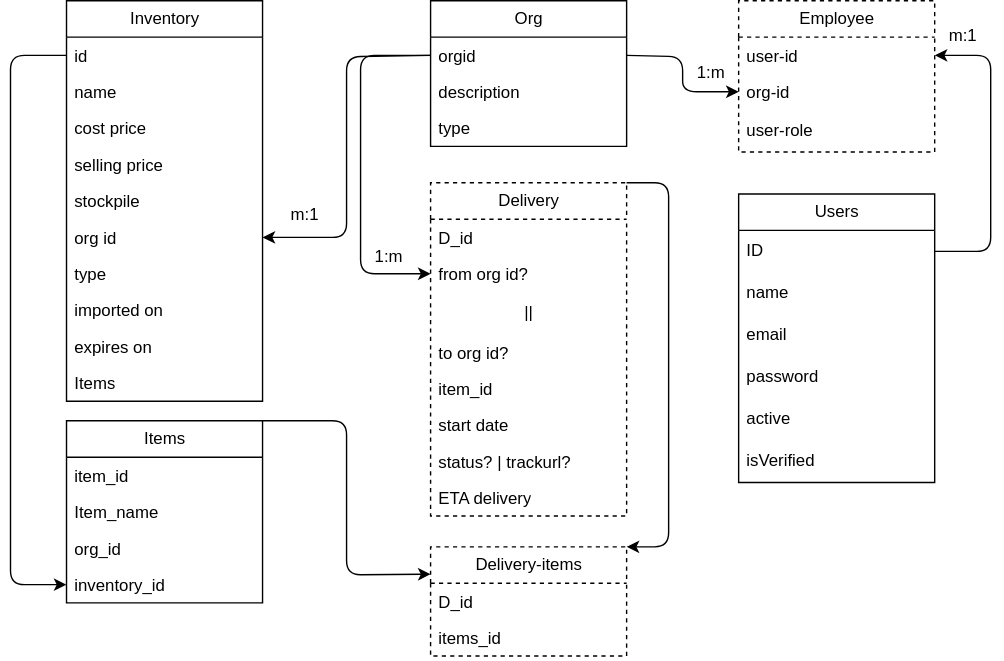
GaurangTyagi123/logisick keeps this draw.io diagram as org.drawio.svg. Above is the earlier version. Source tidied: cells renumbered, new cells last; positions are measured from the earlier drawing's top-left corner, leaving out a move shared by most shapes.
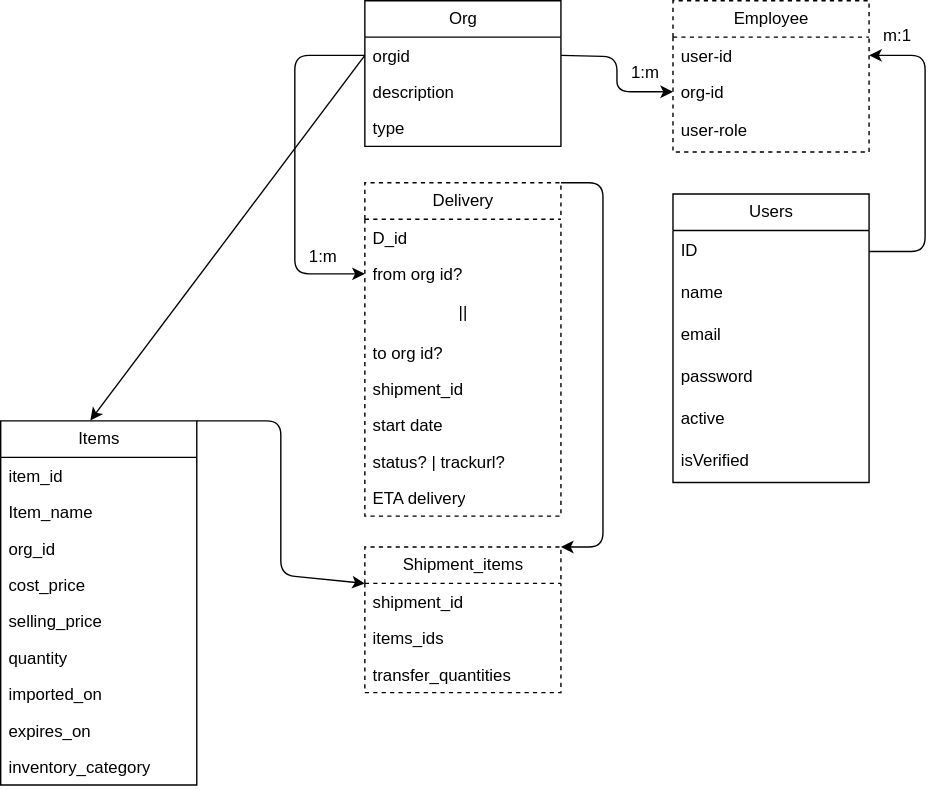
After the change.

The edit, as a diff of the source:
```diff
@@ -49,7 +49,7 @@
     <mxCell id="15" value="to org id?" style="text;strokeColor=none;fillColor=none;align=left;verticalAlign=top;spacingLeft=4;spacingRight=4;overflow=hidden;whiteSpace=wrap;html=1;" parent="11" vertex="1">
       <mxGeometry y="108" width="140" height="26" as="geometry" />
     </mxCell>
-    <mxCell id="16" value="item_id" style="text;strokeColor=none;fillColor=none;align=left;verticalAlign=top;spacingLeft=4;spacingRight=4;overflow=hidden;whiteSpace=wrap;html=1;" parent="11" vertex="1">
+    <mxCell id="16" value="shipment_id" style="text;strokeColor=none;fillColor=none;align=left;verticalAlign=top;spacingLeft=4;spacingRight=4;overflow=hidden;whiteSpace=wrap;html=1;" parent="11" vertex="1">
       <mxGeometry y="134" width="140" height="26" as="geometry" />
     </mxCell>
     <mxCell id="17" value="start date" style="text;strokeColor=none;fillColor=none;align=left;verticalAlign=top;spacingLeft=4;spacingRight=4;overflow=hidden;whiteSpace=wrap;html=1;" parent="11" vertex="1">
@@ -61,39 +61,6 @@
     <mxCell id="19" value="ETA delivery" style="text;strokeColor=none;fillColor=none;align=left;verticalAlign=top;spacingLeft=4;spacingRight=4;overflow=hidden;whiteSpace=wrap;html=1;" parent="11" vertex="1">
       <mxGeometry y="212" width="140" height="26" as="geometry" />
     </mxCell>
-    <mxCell id="20" value="Inventory" style="swimlane;fontStyle=0;horizontal=1;startSize=26;fillColor=none;html=1;" parent="1" vertex="1">
-      <mxGeometry x="40" width="140" height="286" as="geometry" />
-    </mxCell>
-    <mxCell id="21" value="id" style="text;strokeColor=none;fillColor=none;align=left;verticalAlign=top;spacingLeft=4;spacingRight=4;overflow=hidden;points=[[0,0.5],[1,0.5]];portConstraint=eastwest;whiteSpace=wrap;html=1;" parent="20" vertex="1">
-      <mxGeometry y="26" width="140" height="26" as="geometry" />
-    </mxCell>
-    <mxCell id="22" value="name" style="text;strokeColor=none;fillColor=none;align=left;verticalAlign=top;spacingLeft=4;spacingRight=4;overflow=hidden;whiteSpace=wrap;html=1;" parent="20" vertex="1">
-      <mxGeometry y="52" width="140" height="26" as="geometry" />
-    </mxCell>
-    <mxCell id="23" value="cost price" style="text;strokeColor=none;fillColor=none;align=left;verticalAlign=top;spacingLeft=4;spacingRight=4;overflow=hidden;whiteSpace=wrap;html=1;" parent="20" vertex="1">
-      <mxGeometry y="78" width="140" height="26" as="geometry" />
-    </mxCell>
-    <mxCell id="24" value="selling price" style="text;strokeColor=none;fillColor=none;align=left;verticalAlign=top;spacingLeft=4;spacingRight=4;overflow=hidden;whiteSpace=wrap;html=1;" parent="20" vertex="1">
-      <mxGeometry y="104" width="140" height="26" as="geometry" />
-    </mxCell>
-    <mxCell id="25" value="stockpile" style="text;strokeColor=none;fillColor=none;align=left;verticalAlign=top;spacingLeft=4;spacingRight=4;overflow=hidden;whiteSpace=wrap;html=1;" parent="20" vertex="1">
-      <mxGeometry y="130" width="140" height="26" as="geometry" />
-    </mxCell>
-    <mxCell id="26" value="org id" style="text;strokeColor=none;fillColor=none;align=left;verticalAlign=top;spacingLeft=4;spacingRight=4;overflow=hidden;points=[[0,0.5],[1,0.5]];portConstraint=eastwest;whiteSpace=wrap;html=1;" parent="20" vertex="1">
-      <mxGeometry y="156" width="140" height="26" as="geometry" />
-    </mxCell>
-    <mxCell id="27" value="type" style="text;strokeColor=none;fillColor=none;align=left;verticalAlign=top;spacingLeft=4;spacingRight=4;overflow=hidden;whiteSpace=wrap;html=1;" parent="20" vertex="1">
-      <mxGeometry y="182" width="140" height="26" as="geometry" />
-    </mxCell>
-    <mxCell id="28" value="imported on" style="text;strokeColor=none;fillColor=none;align=left;verticalAlign=top;spacingLeft=4;spacingRight=4;overflow=hidden;whiteSpace=wrap;html=1;" parent="20" vertex="1">
-      <mxGeometry y="208" width="140" height="26" as="geometry" />
-    </mxCell>
-    <mxCell id="29" value="expires on" style="text;strokeColor=none;fillColor=none;align=left;verticalAlign=top;spacingLeft=4;spacingRight=4;overflow=hidden;whiteSpace=wrap;html=1;" parent="20" vertex="1">
-      <mxGeometry y="234" width="140" height="26" as="geometry" />
-    </mxCell>
-    <mxCell id="30" value="Items" style="text;strokeColor=none;fillColor=none;align=left;verticalAlign=top;spacingLeft=4;spacingRight=4;overflow=hidden;whiteSpace=wrap;html=1;" parent="20" vertex="1">
-      <mxGeometry y="260" width="140" height="26" as="geometry" />
-    </mxCell>
     <mxCell id="31" style="edgeStyle=none;html=1;exitX=1;exitY=0;exitDx=0;exitDy=0;entryX=0;entryY=0.25;entryDx=0;entryDy=0;" parent="1" edge="1" source="32" target="53">
       <mxGeometry relative="1" as="geometry">
         <Array as="points">
@@ -103,7 +70,7 @@
       </mxGeometry>
     </mxCell>
     <mxCell id="32" value="Items" style="swimlane;fontStyle=0;horizontal=1;startSize=26;fillColor=none;html=1;" parent="1" vertex="1">
-      <mxGeometry x="40" y="300" width="140" height="130" as="geometry" />
+      <mxGeometry x="40" y="300" width="140" height="260" as="geometry" />
     </mxCell>
     <mxCell id="33" value="item_id" style="text;strokeColor=none;fillColor=none;align=left;verticalAlign=top;spacingLeft=4;spacingRight=4;overflow=hidden;whiteSpace=wrap;html=1;" parent="32" vertex="1">
       <mxGeometry y="26" width="140" height="26" as="geometry" />
@@ -111,12 +78,27 @@
     <mxCell id="34" value="Item_name" style="text;strokeColor=none;fillColor=none;align=left;verticalAlign=top;spacingLeft=4;spacingRight=4;overflow=hidden;whiteSpace=wrap;html=1;" parent="32" vertex="1">
       <mxGeometry y="52" width="140" height="26" as="geometry" />
     </mxCell>
-    <mxCell id="35" value="org_id" style="text;strokeColor=none;fillColor=none;align=left;verticalAlign=top;spacingLeft=4;spacingRight=4;overflow=hidden;whiteSpace=wrap;html=1;" parent="32" vertex="1">
-      <mxGeometry y="78" width="140" height="26" as="geometry" />
-    </mxCell>
-    <mxCell id="36" value="inventory_id" style="text;strokeColor=none;fillColor=none;align=left;verticalAlign=top;spacingLeft=4;spacingRight=4;overflow=hidden;points=[[0,0.5],[1,0.5]];portConstraint=eastwest;whiteSpace=wrap;html=1;" parent="32" vertex="1">
-      <mxGeometry y="104" width="140" height="26" as="geometry" />
+    <mxCell id="36" value="org_id" style="text;strokeColor=none;fillColor=none;align=left;verticalAlign=top;spacingLeft=4;spacingRight=4;overflow=hidden;points=[[0,0.5],[1,0.5]];portConstraint=eastwest;whiteSpace=wrap;html=1;" parent="32" vertex="1">
+      <mxGeometry y="78" width="140" height="26" as="geometry" />
     </mxCell>
+    <mxCell id="56" value="cost_price" style="text;strokeColor=none;fillColor=none;align=left;verticalAlign=top;spacingLeft=4;spacingRight=4;overflow=hidden;whiteSpace=wrap;html=1;" parent="32" vertex="1">
+      <mxGeometry y="104" width="140" height="26" as="geometry" />
+    </mxCell>
+    <mxCell id="57" value="selling_price" style="text;strokeColor=none;fillColor=none;align=left;verticalAlign=top;spacingLeft=4;spacingRight=4;overflow=hidden;whiteSpace=wrap;html=1;" parent="32" vertex="1">
+      <mxGeometry y="130" width="140" height="26" as="geometry" />
+    </mxCell>
+    <mxCell id="58" value="quantity" style="text;strokeColor=none;fillColor=none;align=left;verticalAlign=top;spacingLeft=4;spacingRight=4;overflow=hidden;whiteSpace=wrap;html=1;" parent="32" vertex="1">
+      <mxGeometry y="156" width="140" height="26" as="geometry" />
+    </mxCell>
+    <mxCell id="59" value="imported_on" style="text;strokeColor=none;fillColor=none;align=left;verticalAlign=top;spacingLeft=4;spacingRight=4;overflow=hidden;whiteSpace=wrap;html=1;" parent="32" vertex="1">
+      <mxGeometry y="182" width="140" height="26" as="geometry" />
+    </mxCell>
+    <mxCell id="60" value="expires_on" style="text;strokeColor=none;fillColor=none;align=left;verticalAlign=top;spacingLeft=4;spacingRight=4;overflow=hidden;whiteSpace=wrap;html=1;" parent="32" vertex="1">
+      <mxGeometry y="208" width="140" height="26" as="geometry" />
+    </mxCell>
+    <mxCell id="61" value="inventory_category" style="text;strokeColor=none;fillColor=none;align=left;verticalAlign=top;spacingLeft=4;spacingRight=4;overflow=hidden;whiteSpace=wrap;html=1;" parent="32" vertex="1">
+      <mxGeometry y="234" width="140" height="26" as="geometry" />
+    </mxCell>
     <mxCell id="37" style="edgeStyle=none;html=1;exitX=1;exitY=0.5;exitDx=0;exitDy=0;entryX=0;entryY=0.5;entryDx=0;entryDy=0;" parent="1" edge="1" source="3" target="8">
       <mxGeometry relative="1" as="geometry">
         <Array as="points">
@@ -142,25 +124,6 @@
     <mxCell id="41" value="1:m" style="text;html=1;align=center;verticalAlign=middle;strokeColor=none;fillColor=none;" parent="1" vertex="1">
       <mxGeometry x="250" y="168" width="40" height="30" as="geometry" />
     </mxCell>
-    <mxCell id="42" style="edgeStyle=none;html=1;exitX=0;exitY=0.5;exitDx=0;exitDy=0;entryX=0;entryY=0.5;entryDx=0;entryDy=0;" parent="1" edge="1" source="21" target="36">
-      <mxGeometry relative="1" as="geometry">
-        <Array as="points">
-          <mxPoint y="39" />
-          <mxPoint y="417" />
-        </Array>
-      </mxGeometry>
-    </mxCell>
-    <mxCell id="43" style="edgeStyle=none;html=1;exitX=0;exitY=0.5;exitDx=0;exitDy=0;entryX=1;entryY=0.5;entryDx=0;entryDy=0;" parent="1" edge="1" source="3" target="26">
-      <mxGeometry relative="1" as="geometry">
-        <Array as="points">
-          <mxPoint x="240" y="40" />
-          <mxPoint x="240" y="169" />
-        </Array>
-      </mxGeometry>
-    </mxCell>
-    <mxCell id="44" value="m:1" style="text;html=1;align=center;verticalAlign=middle;strokeColor=none;fillColor=none;" parent="1" vertex="1">
-      <mxGeometry x="190" y="138" width="40" height="30" as="geometry" />
-    </mxCell>
     <mxCell id="45" value="Users" style="swimlane;fontStyle=0;horizontal=1;startSize=26;fillColor=none;html=1;" parent="1" vertex="1">
       <mxGeometry x="520" y="138" width="140" height="206" as="geometry" />
     </mxCell>
@@ -190,14 +153,20 @@
         </Array>
       </mxGeometry>
     </mxCell>
-    <mxCell id="53" value="Delivery-items" style="swimlane;fontStyle=0;horizontal=1;startSize=26;fillColor=none;html=1;dashed=1;" parent="1" vertex="1">
-      <mxGeometry x="300" y="390" width="140" height="78" as="geometry" />
+    <mxCell id="53" value="Shipment_items" style="swimlane;fontStyle=0;horizontal=1;startSize=26;fillColor=none;html=1;dashed=1;" parent="1" vertex="1">
+      <mxGeometry x="300" y="390" width="140" height="104" as="geometry" />
     </mxCell>
-    <mxCell id="54" value="D_id" style="text;strokeColor=none;fillColor=none;align=left;verticalAlign=top;spacingLeft=4;spacingRight=4;overflow=hidden;whiteSpace=wrap;html=1;" parent="53" vertex="1">
+    <mxCell id="54" value="shipment_id" style="text;strokeColor=none;fillColor=none;align=left;verticalAlign=top;spacingLeft=4;spacingRight=4;overflow=hidden;whiteSpace=wrap;html=1;" parent="53" vertex="1">
       <mxGeometry y="26" width="140" height="26" as="geometry" />
     </mxCell>
-    <mxCell id="55" value="items_id" style="text;strokeColor=none;fillColor=none;align=left;verticalAlign=top;spacingLeft=4;spacingRight=4;overflow=hidden;whiteSpace=wrap;html=1;" parent="53" vertex="1">
+    <mxCell id="55" value="items_ids" style="text;strokeColor=none;fillColor=none;align=left;verticalAlign=top;spacingLeft=4;spacingRight=4;overflow=hidden;whiteSpace=wrap;html=1;" parent="53" vertex="1">
       <mxGeometry y="52" width="140" height="26" as="geometry" />
     </mxCell>
+    <mxCell id="62" value="transfer_quantities" style="text;strokeColor=none;fillColor=none;align=left;verticalAlign=top;spacingLeft=4;spacingRight=4;overflow=hidden;whiteSpace=wrap;html=1;" parent="53" vertex="1">
+      <mxGeometry y="78" width="140" height="26" as="geometry" />
+    </mxCell>
+    <mxCell id="63" style="edgeStyle=none;html=1;entryX=0.457;entryY=-0.001;entryDx=0;entryDy=0;entryPerimeter=0;exitX=0;exitY=0.5;exitDx=0;exitDy=0;" parent="1" edge="1" source="3" target="32">
+      <mxGeometry relative="1" as="geometry" />
+    </mxCell>
   </root>
 </mxGraphModel>
```
